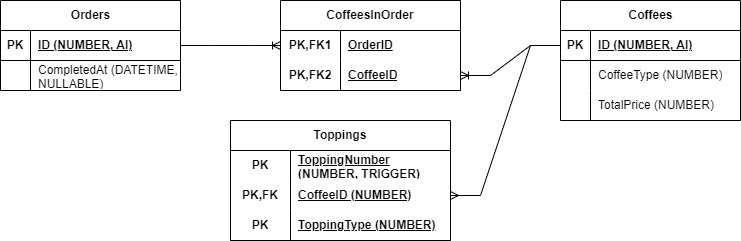
Above: Docs/imgs/adatbazis.png in Juuhva/ProgTech-Porta-cafe (draw.io), before the change. Source tidied: cells renumbered, new cells last; positions are measured from the earlier drawing's top-left corner, leaving out a move shared by most shapes. The source it was exported from:
```xml
<mxGraphModel>
  <root>
    <mxCell id="0" />
    <mxCell id="1" parent="0" />
    <mxCell id="2" value="Coffees" style="shape=table;startSize=30;rowLines=0;fontStyle=1;align=center;html=1;" parent="1" vertex="1">
      <mxGeometry x="560" width="180" height="120" as="geometry" />
    </mxCell>
    <mxCell id="3" style="shape=tableRow;horizontal=0;startSize=0;swimlaneHead=0;swimlaneBody=0;fillColor=none;points=[[0,0.5],[1,0.5]];portConstraint=eastwest;top=0;left=0;right=0;bottom=1;" parent="2" vertex="1">
      <mxGeometry y="30" width="180" height="30" as="geometry" />
    </mxCell>
    <mxCell id="4" value="PK" style="shape=partialRectangle;fillColor=none;top=0;left=0;bottom=0;right=0;fontStyle=1;overflow=hidden;whiteSpace=wrap;html=1;" parent="3" vertex="1">
      <mxGeometry width="30" height="30" as="geometry" />
    </mxCell>
    <mxCell id="5" value="ID (NUMBER, AI)" style="shape=partialRectangle;fillColor=none;top=0;left=0;bottom=0;right=0;align=left;spacingLeft=6;fontStyle=5;overflow=hidden;whiteSpace=wrap;html=1;" parent="3" vertex="1">
      <mxGeometry x="30" width="150" height="30" as="geometry" />
    </mxCell>
    <mxCell id="6" style="shape=tableRow;horizontal=0;startSize=0;swimlaneHead=0;swimlaneBody=0;fillColor=none;top=0;left=0;right=0;bottom=0;" parent="2" vertex="1">
      <mxGeometry y="60" width="180" height="30" as="geometry" />
    </mxCell>
    <mxCell id="7" style="shape=partialRectangle;fillColor=none;top=0;left=0;bottom=0;right=0;overflow=hidden;whiteSpace=wrap;html=1;" parent="6" vertex="1">
      <mxGeometry width="30" height="30" as="geometry" />
    </mxCell>
    <mxCell id="8" value="CoffeeType (NUMBER)" style="shape=partialRectangle;fillColor=none;top=0;left=0;bottom=0;right=0;align=left;spacingLeft=6;overflow=hidden;whiteSpace=wrap;html=1;" parent="6" vertex="1">
      <mxGeometry x="30" width="150" height="30" as="geometry" />
    </mxCell>
    <mxCell id="9" style="shape=tableRow;horizontal=0;startSize=0;swimlaneHead=0;swimlaneBody=0;fillColor=none;top=0;left=0;right=0;bottom=0;" parent="2" vertex="1">
      <mxGeometry y="90" width="180" height="30" as="geometry" />
    </mxCell>
    <mxCell id="10" style="shape=partialRectangle;fillColor=none;top=0;left=0;bottom=0;right=0;overflow=hidden;whiteSpace=wrap;html=1;" parent="9" vertex="1">
      <mxGeometry width="30" height="30" as="geometry" />
    </mxCell>
    <mxCell id="11" value="TotalPrice (NUMBER)" style="shape=partialRectangle;fillColor=none;top=0;left=0;bottom=0;right=0;align=left;spacingLeft=6;overflow=hidden;whiteSpace=wrap;html=1;" parent="9" vertex="1">
      <mxGeometry x="30" width="150" height="30" as="geometry" />
    </mxCell>
    <mxCell id="12" value="Orders" style="shape=table;startSize=30;rowLines=0;fontStyle=1;align=center;html=1;" parent="1" vertex="1">
      <mxGeometry width="180" height="90" as="geometry" />
    </mxCell>
    <mxCell id="13" style="shape=tableRow;horizontal=0;startSize=0;swimlaneHead=0;swimlaneBody=0;fillColor=none;points=[[0,0.5],[1,0.5]];portConstraint=eastwest;top=0;left=0;right=0;bottom=1;" parent="12" vertex="1">
      <mxGeometry y="30" width="180" height="30" as="geometry" />
    </mxCell>
    <mxCell id="14" value="PK" style="shape=partialRectangle;fillColor=none;top=0;left=0;bottom=0;right=0;fontStyle=1;overflow=hidden;whiteSpace=wrap;html=1;" parent="13" vertex="1">
      <mxGeometry width="30" height="30" as="geometry" />
    </mxCell>
    <mxCell id="15" value="ID (NUMBER, AI)" style="shape=partialRectangle;fillColor=none;top=0;left=0;bottom=0;right=0;align=left;spacingLeft=6;fontStyle=5;overflow=hidden;whiteSpace=wrap;html=1;" parent="13" vertex="1">
      <mxGeometry x="30" width="150" height="30" as="geometry" />
    </mxCell>
    <mxCell id="16" style="shape=tableRow;horizontal=0;startSize=0;swimlaneHead=0;swimlaneBody=0;fillColor=none;top=0;left=0;right=0;bottom=0;" parent="12" vertex="1">
      <mxGeometry y="60" width="180" height="30" as="geometry" />
    </mxCell>
    <mxCell id="17" style="shape=partialRectangle;fillColor=none;top=0;left=0;bottom=0;right=0;overflow=hidden;whiteSpace=wrap;html=1;" parent="16" vertex="1">
      <mxGeometry width="30" height="30" as="geometry" />
    </mxCell>
    <mxCell id="18" value="CompletedAt (DATETIME, NULLABLE)" style="shape=partialRectangle;fillColor=none;top=0;left=0;bottom=0;right=0;align=left;spacingLeft=6;overflow=hidden;whiteSpace=wrap;html=1;" parent="16" vertex="1">
      <mxGeometry x="30" width="150" height="30" as="geometry" />
    </mxCell>
    <mxCell id="19" value="CoffeesInOrder" style="shape=table;startSize=30;rowLines=0;fontStyle=1;align=center;html=1;whiteSpace=wrap;" parent="1" vertex="1">
      <mxGeometry x="280" width="180" height="90" as="geometry" />
    </mxCell>
    <mxCell id="20" style="shape=tableRow;horizontal=0;startSize=0;swimlaneHead=0;swimlaneBody=0;fillColor=none;points=[[0,0.5],[1,0.5]];portConstraint=eastwest;top=0;left=0;right=0;bottom=0;html=1;" parent="19" vertex="1">
      <mxGeometry y="30" width="180" height="30" as="geometry" />
    </mxCell>
    <mxCell id="21" value="PK,FK1" style="shape=partialRectangle;fillColor=none;top=0;left=0;bottom=0;right=0;fontStyle=1;overflow=hidden;html=1;whiteSpace=wrap;" parent="20" vertex="1">
      <mxGeometry width="60" height="30" as="geometry" />
    </mxCell>
    <mxCell id="22" value="OrderID" style="shape=partialRectangle;fillColor=none;top=0;left=0;bottom=0;right=0;align=left;spacingLeft=6;fontStyle=5;overflow=hidden;html=1;whiteSpace=wrap;" parent="20" vertex="1">
      <mxGeometry x="60" width="120" height="30" as="geometry" />
    </mxCell>
    <mxCell id="23" style="shape=tableRow;horizontal=0;startSize=0;swimlaneHead=0;swimlaneBody=0;fillColor=none;points=[[0,0.5],[1,0.5]];portConstraint=eastwest;top=0;left=0;right=0;bottom=1;html=1;" parent="19" vertex="1">
      <mxGeometry y="60" width="180" height="30" as="geometry" />
    </mxCell>
    <mxCell id="24" value="PK,FK2" style="shape=partialRectangle;fillColor=none;top=0;left=0;bottom=0;right=0;fontStyle=1;overflow=hidden;html=1;whiteSpace=wrap;" parent="23" vertex="1">
      <mxGeometry width="60" height="30" as="geometry" />
    </mxCell>
    <mxCell id="25" value="CoffeeID" style="shape=partialRectangle;fillColor=none;top=0;left=0;bottom=0;right=0;align=left;spacingLeft=6;fontStyle=5;overflow=hidden;html=1;whiteSpace=wrap;" parent="23" vertex="1">
      <mxGeometry x="60" width="120" height="30" as="geometry" />
    </mxCell>
    <mxCell id="26" style="edgeStyle=entityRelationEdgeStyle;fontSize=12;html=1;endArrow=ERoneToMany;rounded=0;" parent="1" edge="1" source="13" target="20">
      <mxGeometry relative="1" as="geometry" />
    </mxCell>
    <mxCell id="27" style="edgeStyle=entityRelationEdgeStyle;fontSize=12;html=1;endArrow=ERoneToMany;rounded=0;" parent="1" edge="1" source="3" target="23">
      <mxGeometry relative="1" as="geometry" />
    </mxCell>
    <mxCell id="28" value="Toppings" style="shape=table;startSize=30;rowLines=0;fontStyle=1;align=center;html=1;whiteSpace=wrap;" parent="1" vertex="1">
      <mxGeometry x="230" y="120" width="220" height="120" as="geometry" />
    </mxCell>
    <mxCell id="29" style="shape=tableRow;horizontal=0;startSize=0;swimlaneHead=0;swimlaneBody=0;fillColor=none;top=0;left=0;right=0;bottom=0;html=1;" parent="28" vertex="1">
      <mxGeometry y="30" width="220" height="30" as="geometry" />
    </mxCell>
    <mxCell id="30" value="PK" style="shape=partialRectangle;fillColor=none;top=0;left=0;bottom=0;right=0;fontStyle=1;overflow=hidden;html=1;whiteSpace=wrap;" parent="29" vertex="1">
      <mxGeometry width="60" height="30" as="geometry" />
    </mxCell>
    <mxCell id="31" value="ToppingNumber (NUMBER, TRIGGER)" style="shape=partialRectangle;fillColor=none;top=0;left=0;bottom=0;right=0;align=left;spacingLeft=6;fontStyle=5;overflow=hidden;html=1;whiteSpace=wrap;" parent="29" vertex="1">
      <mxGeometry x="60" width="160" height="30" as="geometry" />
    </mxCell>
    <mxCell id="32" style="shape=tableRow;horizontal=0;startSize=0;swimlaneHead=0;swimlaneBody=0;fillColor=none;portConstraint=eastwest;top=0;left=0;right=0;bottom=0;html=1;" parent="28" vertex="1">
      <mxGeometry y="60" width="220" height="30" as="geometry" />
    </mxCell>
    <mxCell id="33" value="PK,FK" style="shape=partialRectangle;fillColor=none;top=0;left=0;bottom=0;right=0;fontStyle=1;overflow=hidden;html=1;whiteSpace=wrap;" parent="32" vertex="1">
      <mxGeometry width="60" height="30" as="geometry" />
    </mxCell>
    <mxCell id="34" value="CoffeeID (NUMBER)" style="shape=partialRectangle;fillColor=none;top=0;left=0;bottom=0;right=0;align=left;spacingLeft=6;fontStyle=5;overflow=hidden;html=1;whiteSpace=wrap;" parent="32" vertex="1">
      <mxGeometry x="60" width="160" height="30" as="geometry" />
    </mxCell>
    <mxCell id="35" style="shape=tableRow;horizontal=0;startSize=0;swimlaneHead=0;swimlaneBody=0;fillColor=none;top=0;left=0;right=0;bottom=1;" parent="28" vertex="1">
      <mxGeometry y="90" width="220" height="30" as="geometry" />
    </mxCell>
    <mxCell id="36" value="PK" style="shape=partialRectangle;fillColor=none;top=0;left=0;bottom=0;right=0;fontStyle=1;overflow=hidden;whiteSpace=wrap;html=1;" parent="35" vertex="1">
      <mxGeometry width="60" height="30" as="geometry" />
    </mxCell>
    <mxCell id="37" value="ToppingType (NUMBER)" style="shape=partialRectangle;fillColor=none;top=0;left=0;bottom=0;right=0;align=left;spacingLeft=6;fontStyle=5;overflow=hidden;whiteSpace=wrap;html=1;" parent="35" vertex="1">
      <mxGeometry x="60" width="160" height="30" as="geometry" />
    </mxCell>
    <mxCell id="38" style="edgeStyle=entityRelationEdgeStyle;fontSize=12;html=1;endArrow=ERmany;rounded=0;" parent="1" edge="1" source="3" target="32">
      <mxGeometry relative="1" as="geometry" />
    </mxCell>
  </root>
</mxGraphModel>
```
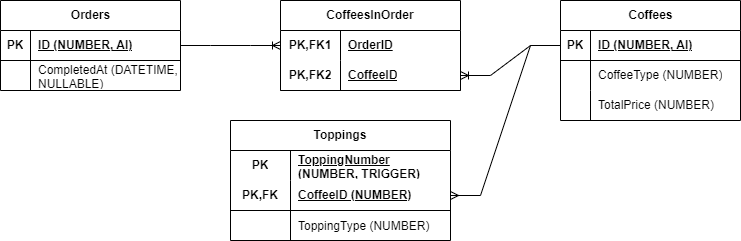
Above is the later version.

Commit message:
Adatbázis terv - javítás

The edit, as a diff of the source:
```diff
@@ -80,7 +80,7 @@
     <mxCell id="27" style="edgeStyle=entityRelationEdgeStyle;fontSize=12;html=1;endArrow=ERoneToMany;rounded=0;" parent="1" edge="1" source="3" target="23">
       <mxGeometry relative="1" as="geometry" />
     </mxCell>
-    <mxCell id="28" value="Toppings" style="shape=table;startSize=30;rowLines=0;fontStyle=1;align=center;html=1;whiteSpace=wrap;" parent="1" vertex="1">
+    <mxCell id="28" value="Toppings" style="shape=table;startSize=30;rowLines=0;fontStyle=1;align=center;bottom=1;html=1;whiteSpace=wrap;" parent="1" vertex="1">
       <mxGeometry x="230" y="120" width="220" height="120" as="geometry" />
     </mxCell>
     <mxCell id="29" style="shape=tableRow;horizontal=0;startSize=0;swimlaneHead=0;swimlaneBody=0;fillColor=none;top=0;left=0;right=0;bottom=0;html=1;" parent="28" vertex="1">
@@ -92,25 +92,25 @@
     <mxCell id="31" value="ToppingNumber (NUMBER, TRIGGER)" style="shape=partialRectangle;fillColor=none;top=0;left=0;bottom=0;right=0;align=left;spacingLeft=6;fontStyle=5;overflow=hidden;html=1;whiteSpace=wrap;" parent="29" vertex="1">
       <mxGeometry x="60" width="160" height="30" as="geometry" />
     </mxCell>
-    <mxCell id="32" style="shape=tableRow;horizontal=0;startSize=0;swimlaneHead=0;swimlaneBody=0;fillColor=none;portConstraint=eastwest;top=0;left=0;right=0;bottom=0;html=1;" parent="28" vertex="1">
-      <mxGeometry y="60" width="220" height="30" as="geometry" />
-    </mxCell>
+    <mxCell id="39" style="shape=tableRow;horizontal=0;startSize=0;swimlaneHead=0;swimlaneBody=0;fillColor=none;points=[[0,0.5],[1,0.5]];portConstraint=eastwest;top=0;left=0;right=0;bottom=1;" parent="28" vertex="1">
+      <mxGeometry y="60" width="220" height="30" as="geometry" />
+    </mxCell>
-    <mxCell id="33" value="PK,FK" style="shape=partialRectangle;fillColor=none;top=0;left=0;bottom=0;right=0;fontStyle=1;overflow=hidden;html=1;whiteSpace=wrap;" parent="32" vertex="1">
+    <mxCell id="33" value="PK,FK" style="shape=partialRectangle;fillColor=none;top=0;left=0;bottom=0;right=0;fontStyle=1;overflow=hidden;whiteSpace=wrap;html=1;" parent="39" vertex="1">
       <mxGeometry width="60" height="30" as="geometry" />
     </mxCell>
-    <mxCell id="34" value="CoffeeID (NUMBER)" style="shape=partialRectangle;fillColor=none;top=0;left=0;bottom=0;right=0;align=left;spacingLeft=6;fontStyle=5;overflow=hidden;html=1;whiteSpace=wrap;" parent="32" vertex="1">
+    <mxCell id="34" value="CoffeeID (NUMBER)" style="shape=partialRectangle;fillColor=none;top=0;left=0;bottom=0;right=0;align=left;spacingLeft=6;fontStyle=5;overflow=hidden;whiteSpace=wrap;html=1;" parent="39" vertex="1">
       <mxGeometry x="60" width="160" height="30" as="geometry" />
     </mxCell>
-    <mxCell id="35" style="shape=tableRow;horizontal=0;startSize=0;swimlaneHead=0;swimlaneBody=0;fillColor=none;top=0;left=0;right=0;bottom=1;" parent="28" vertex="1">
-      <mxGeometry y="90" width="220" height="30" as="geometry" />
-    </mxCell>
-    <mxCell id="36" value="PK" style="shape=partialRectangle;fillColor=none;top=0;left=0;bottom=0;right=0;fontStyle=1;overflow=hidden;whiteSpace=wrap;html=1;" parent="35" vertex="1">
-      <mxGeometry width="60" height="30" as="geometry" />
-    </mxCell>
+    <mxCell id="40" style="shape=tableRow;horizontal=0;startSize=0;swimlaneHead=0;swimlaneBody=0;fillColor=none;top=0;left=0;right=0;bottom=0;" parent="28" vertex="1">
+      <mxGeometry y="90" width="220" height="30" as="geometry" />
+    </mxCell>
+    <mxCell id="41" style="shape=partialRectangle;fillColor=none;top=0;left=0;bottom=0;right=0;overflow=hidden;" parent="40" vertex="1">
+      <mxGeometry width="60" height="30" as="geometry" />
+    </mxCell>
-    <mxCell id="37" value="ToppingType (NUMBER)" style="shape=partialRectangle;fillColor=none;top=0;left=0;bottom=0;right=0;align=left;spacingLeft=6;fontStyle=5;overflow=hidden;whiteSpace=wrap;html=1;" parent="35" vertex="1">
+    <mxCell id="37" value="ToppingType (NUMBER)" style="shape=partialRectangle;fillColor=none;top=0;left=0;bottom=0;right=0;align=left;spacingLeft=6;overflow=hidden;" parent="40" vertex="1">
       <mxGeometry x="60" width="160" height="30" as="geometry" />
     </mxCell>
-    <mxCell id="38" style="edgeStyle=entityRelationEdgeStyle;fontSize=12;html=1;endArrow=ERmany;rounded=0;" parent="1" edge="1" source="3" target="32">
+    <mxCell id="38" style="edgeStyle=entityRelationEdgeStyle;fontSize=12;html=1;endArrow=ERmany;rounded=0;" parent="1" edge="1" source="3" target="39">
       <mxGeometry relative="1" as="geometry" />
     </mxCell>
   </root>
```
